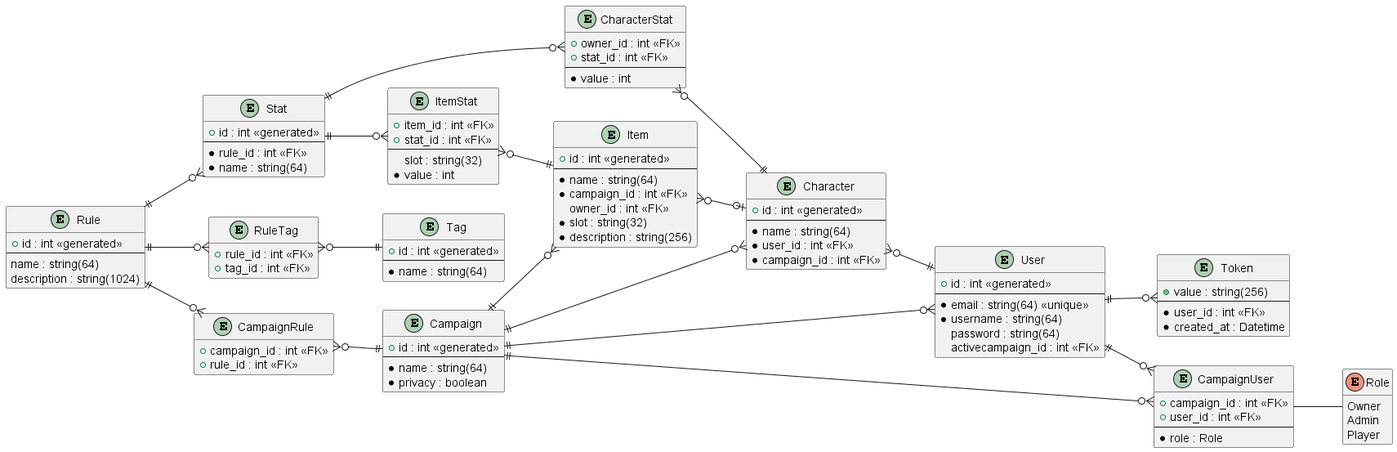
This is DataBase/DB.png from MathieuAvec1T-dev/DiceHall, a PlantUML export, as it was before one commit.
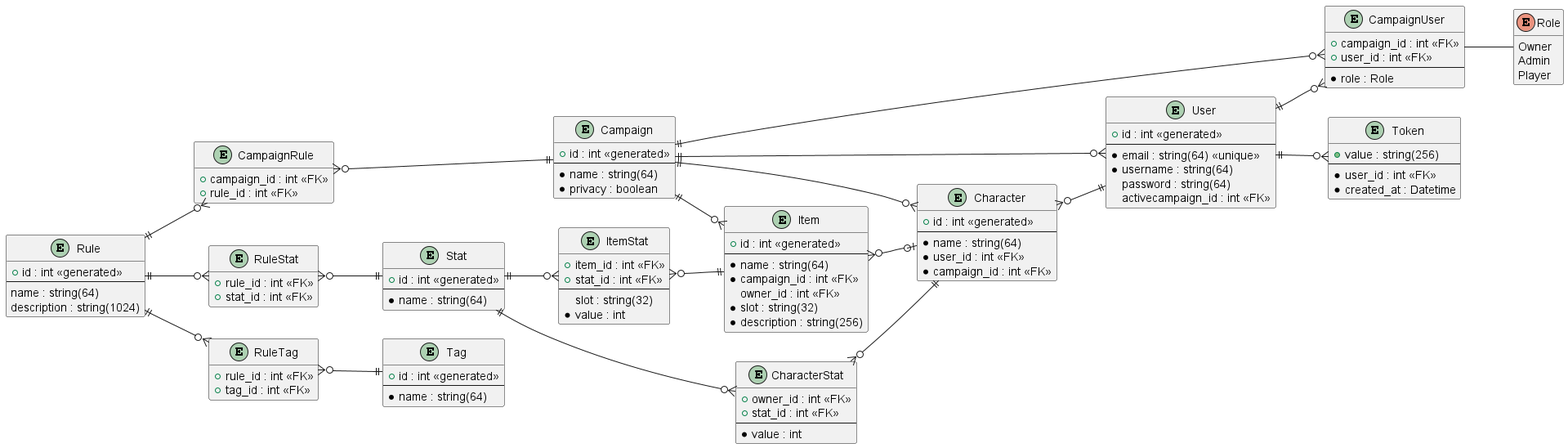
After the commit.

Commit message:
Core - DB ManyToMany RuleStat

Change to the diagram source:
```diff
@@ -73,7 +73,6 @@
 entity Stat {
     + id : int <<generated>>
     --
-    * rule_id : int <<FK>>
     * name : string(64)
 }
 
@@ -101,6 +100,11 @@
     * value : int
 }
 
+entity RuleStat {
+    + rule_id : int <<FK>>
+    + stat_id : int <<FK>>
+}
+
 User ||--o{ Token
 Campaign ||--o{ Character
 Character }o--|| User
@@ -112,7 +116,8 @@
 Rule ||--o{ CampaignRule
 CampaignUser -- Role
 Campaign ||--o{ Item
-Rule ||--o{ Stat
+Rule ||--o{ RuleStat
+RuleStat }o--|| Stat
 Stat ||--o{ CharacterStat
 Rule ||--o{ RuleTag
 RuleTag }o--|| Tag
```
